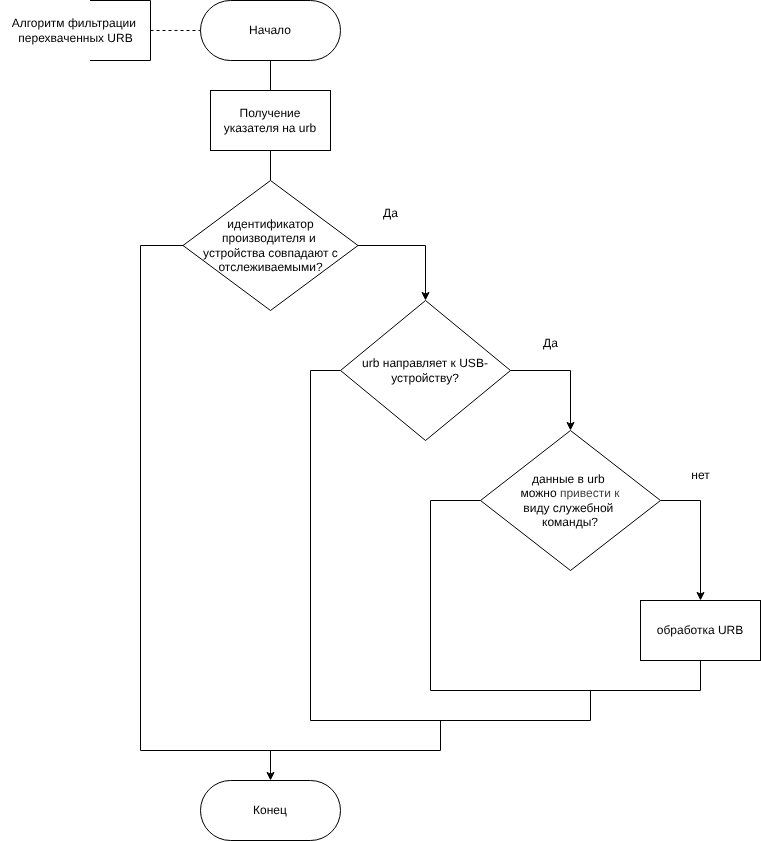
This is report/inc/img/filterurb.drawio.png from pitsmit/OS-Course-Project, a draw.io export, as it was before one commit. Source tidied: cells renumbered, new cells last; positions are measured from the earlier drawing's top-left corner, leaving out a move shared by most shapes.
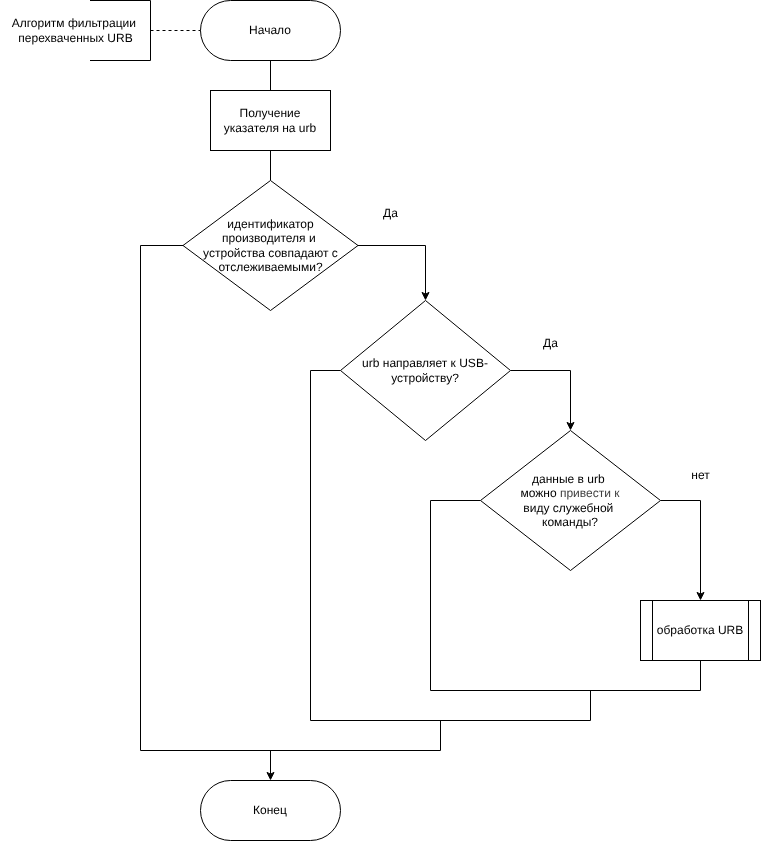
After the commit.

The edit, as a diff of the source:
```diff
@@ -14,8 +14,9 @@
     <mxCell id="5" value="Получение указателя на urb" style="rounded=0;whiteSpace=wrap;html=1;" parent="1" vertex="1">
       <mxGeometry x="210" y="90" width="120" height="60" as="geometry" />
     </mxCell>
-    <mxCell id="6" style="edgeStyle=none;html=1;entryX=0;entryY=0.5;entryDx=0;entryDy=0;endArrow=none;endFill=0;rounded=0;curved=0;" parent="1" edge="1" source="7" target="15">
+    <mxCell id="6" style="edgeStyle=none;html=1;entryX=0;entryY=0.5;entryDx=0;entryDy=0;endArrow=none;endFill=0;rounded=0;curved=0;" parent="1" edge="1" target="15">
       <mxGeometry relative="1" as="geometry">
+        <mxPoint x="700" y="660" as="sourcePoint" />
         <Array as="points">
           <mxPoint x="700" y="690" />
           <mxPoint x="430" y="690" />
@@ -23,9 +24,6 @@
         </Array>
       </mxGeometry>
     </mxCell>
-    <mxCell id="7" value="обработка URB" style="rounded=0;whiteSpace=wrap;html=1;" parent="1" vertex="1">
-      <mxGeometry x="640" y="600" width="120" height="60" as="geometry" />
-    </mxCell>
     <mxCell id="8" style="edgeStyle=none;html=1;exitX=1;exitY=0.5;exitDx=0;exitDy=0;entryX=0.5;entryY=0;entryDx=0;entryDy=0;rounded=0;curved=0;" parent="1" edge="1" source="10" target="13">
       <mxGeometry relative="1" as="geometry">
         <Array as="points">
@@ -66,8 +64,9 @@
     <mxCell id="13" value="urb направляет к USB-устройству?" style="rhombus;whiteSpace=wrap;html=1;" parent="1" vertex="1">
       <mxGeometry x="340" y="300" width="170" height="140" as="geometry" />
     </mxCell>
-    <mxCell id="14" style="edgeStyle=none;html=1;exitX=1;exitY=0.5;exitDx=0;exitDy=0;entryX=0.5;entryY=0;entryDx=0;entryDy=0;rounded=0;curved=0;" parent="1" edge="1" source="15" target="7">
+    <mxCell id="14" style="edgeStyle=none;html=1;exitX=1;exitY=0.5;exitDx=0;exitDy=0;entryX=0.5;entryY=0;entryDx=0;entryDy=0;rounded=0;curved=0;" parent="1" edge="1" source="15">
       <mxGeometry relative="1" as="geometry">
+        <mxPoint x="700" y="600" as="targetPoint" />
         <Array as="points">
           <mxPoint x="700" y="500" />
         </Array>
@@ -102,5 +101,8 @@
     <mxCell id="23" value="Алгоритм фильтрации&amp;nbsp;&lt;div&gt;перехваченных URB&lt;/div&gt;" style="text;html=1;align=center;verticalAlign=middle;strokeColor=none;fillColor=none;" parent="1" vertex="1">
       <mxGeometry y="10" width="150" height="40" as="geometry" />
     </mxCell>
+    <mxCell id="7" value="&lt;span style=&quot;color: rgb(0, 0, 0);&quot;&gt;обработка URB&lt;/span&gt;" style="shape=process;whiteSpace=wrap;html=1;backgroundOutline=1;" parent="1" vertex="1">
+      <mxGeometry x="640" y="600" width="120" height="60" as="geometry" />
+    </mxCell>
   </root>
 </mxGraphModel>
```
